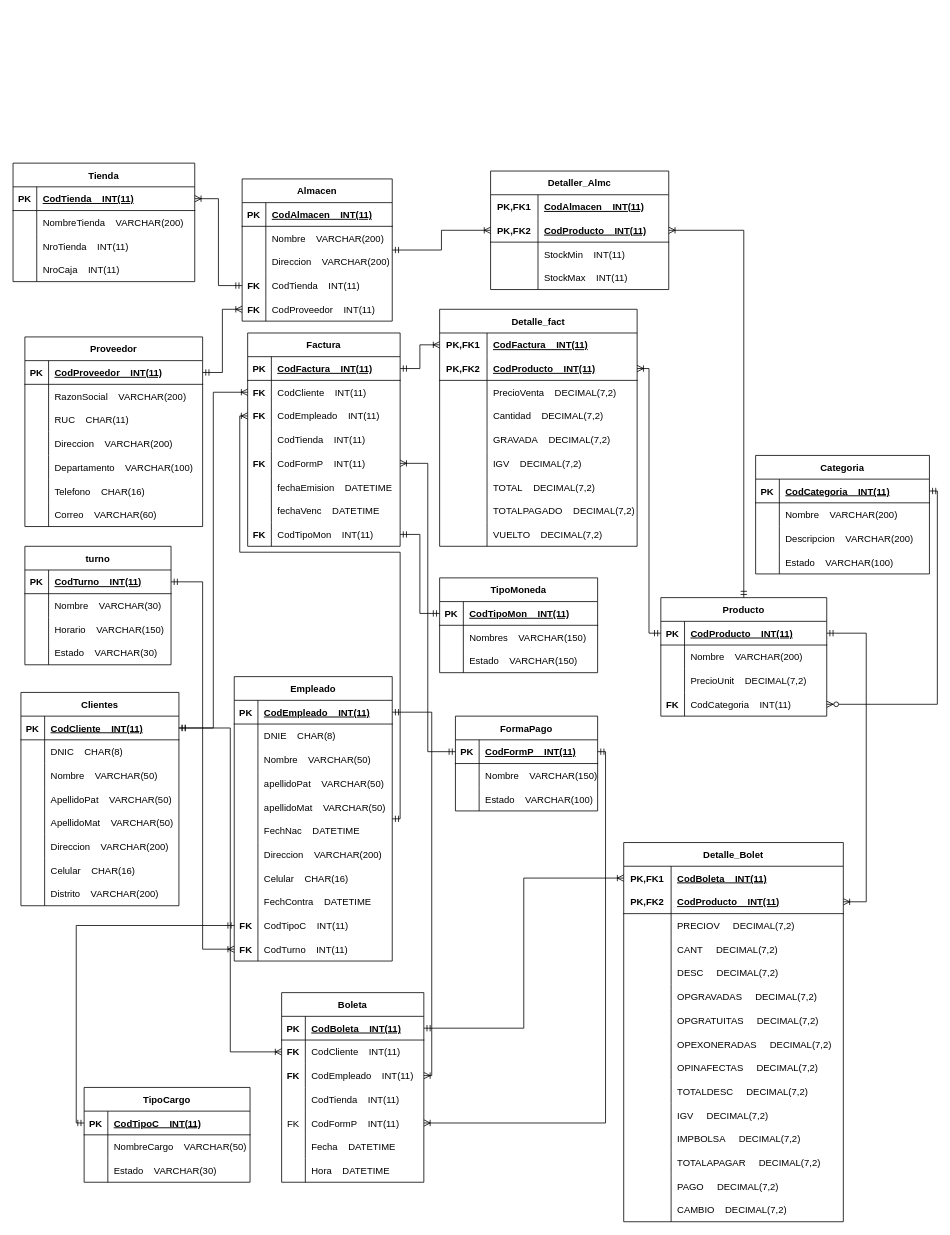
josdahuqui1992/SistemaTambo keeps this draw.io diagram as Tambo.drawio. Above is the earlier version. Source tidied: cells renumbered, new cells numbered last; positions are measured from the earlier drawing's top-left corner, leaving out a move shared by most shapes. Both pictures are drawn from the tidied source at 79%, with x=0, y=0 at pixel (13, 163).
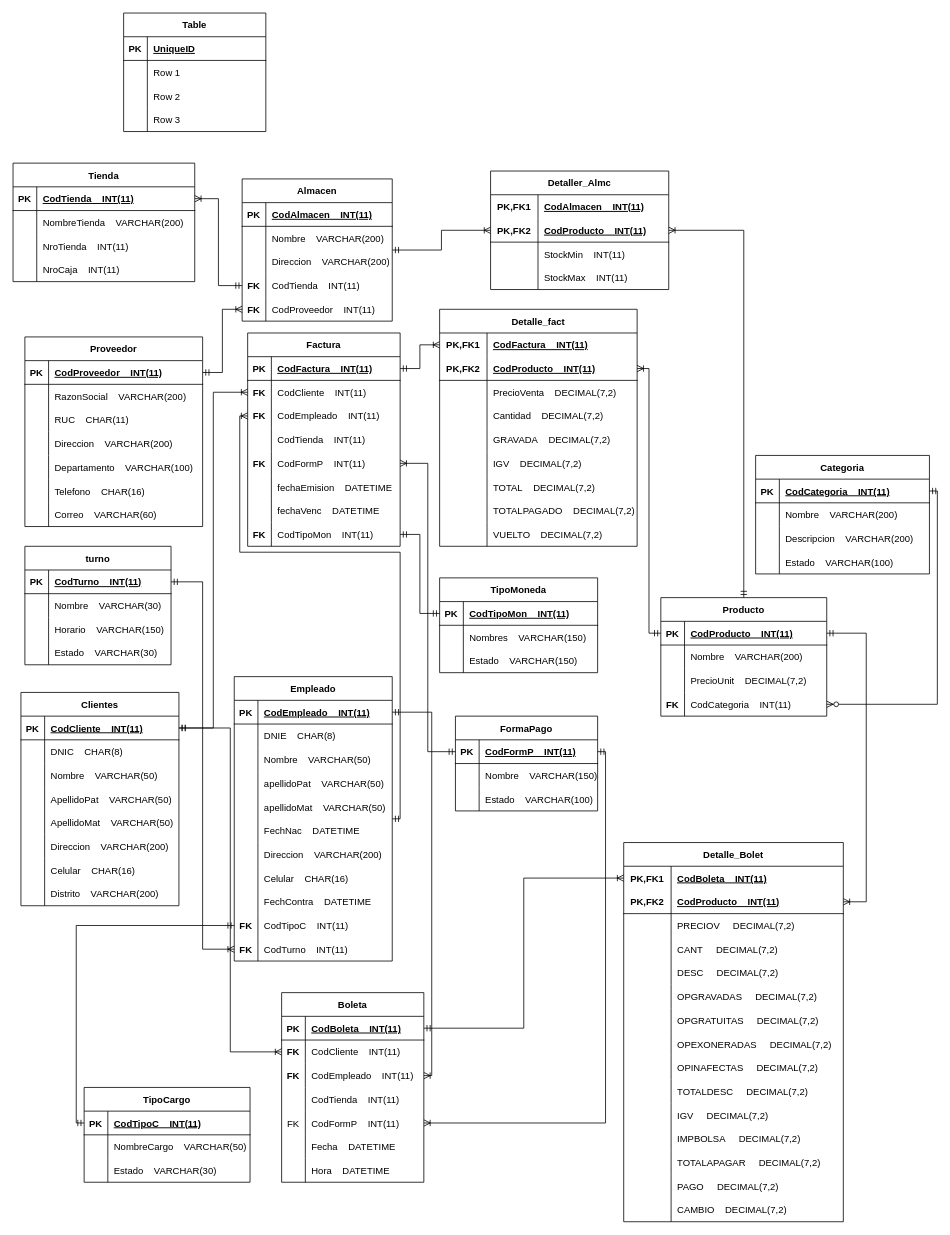
The same page after the edit.

What changed in the source:
```diff
@@
+    <mxCell id="333" value="Table" style="shape=table;startSize=30;childLayout=tableLayout;rowLines=0;fontStyle=1;align=center;" parent="1" vertex="1">
+      <mxGeometry x="140" y="-190" width="180" height="150" as="geometry" />
+    </mxCell>
+    <mxCell id="334" style="shape=tableRow;horizontal=0;startSize=0;swimlaneHead=0;swimlaneBody=0;fillColor=none;top=0;left=0;right=0;bottom=1;" parent="333" vertex="1">
+      <mxGeometry y="30" width="180" height="30" as="geometry" />
+    </mxCell>
+    <mxCell id="335" value="PK" style="shape=partialRectangle;fillColor=none;top=0;left=0;bottom=0;right=0;fontStyle=1;overflow=hidden;" parent="334" vertex="1">
+      <mxGeometry width="30" height="30" as="geometry" />
+    </mxCell>
+    <mxCell id="336" value="UniqueID" style="shape=partialRectangle;fillColor=none;top=0;left=0;bottom=0;right=0;align=left;spacingLeft=6;fontStyle=5;overflow=hidden;" parent="334" vertex="1">
+      <mxGeometry x="30" width="150" height="30" as="geometry" />
+    </mxCell>
+    <mxCell id="337" style="shape=tableRow;horizontal=0;startSize=0;swimlaneHead=0;swimlaneBody=0;fillColor=none;top=0;left=0;right=0;bottom=0;" parent="333" vertex="1">
+      <mxGeometry y="60" width="180" height="30" as="geometry" />
+    </mxCell>
+    <mxCell id="338" style="shape=partialRectangle;fillColor=none;top=0;left=0;bottom=0;right=0;overflow=hidden;" parent="337" vertex="1">
+      <mxGeometry width="30" height="30" as="geometry" />
+    </mxCell>
+    <mxCell id="339" value="Row 1" style="shape=partialRectangle;fillColor=none;top=0;left=0;bottom=0;right=0;align=left;spacingLeft=6;overflow=hidden;" parent="337" vertex="1">
+      <mxGeometry x="30" width="150" height="30" as="geometry" />
+    </mxCell>
+    <mxCell id="340" style="shape=tableRow;horizontal=0;startSize=0;swimlaneHead=0;swimlaneBody=0;fillColor=none;top=0;left=0;right=0;bottom=0;" parent="333" vertex="1">
+      <mxGeometry y="90" width="180" height="30" as="geometry" />
+    </mxCell>
+    <mxCell id="341" style="shape=partialRectangle;fillColor=none;top=0;left=0;bottom=0;right=0;overflow=hidden;" parent="340" vertex="1">
+      <mxGeometry width="30" height="30" as="geometry" />
+    </mxCell>
+    <mxCell id="342" value="Row 2" style="shape=partialRectangle;fillColor=none;top=0;left=0;bottom=0;right=0;align=left;spacingLeft=6;overflow=hidden;" parent="340" vertex="1">
+      <mxGeometry x="30" width="150" height="30" as="geometry" />
+    </mxCell>
+    <mxCell id="343" style="shape=tableRow;horizontal=0;startSize=0;swimlaneHead=0;swimlaneBody=0;fillColor=none;top=0;left=0;right=0;bottom=0;" parent="333" vertex="1">
+      <mxGeometry y="120" width="180" height="30" as="geometry" />
+    </mxCell>
+    <mxCell id="344" style="shape=partialRectangle;fillColor=none;top=0;left=0;bottom=0;right=0;overflow=hidden;" parent="343" vertex="1">
+      <mxGeometry width="30" height="30" as="geometry" />
+    </mxCell>
+    <mxCell id="345" value="Row 3" style="shape=partialRectangle;fillColor=none;top=0;left=0;bottom=0;right=0;align=left;spacingLeft=6;overflow=hidden;" parent="343" vertex="1">
+      <mxGeometry x="30" width="150" height="30" as="geometry" />
+    </mxCell>
```
